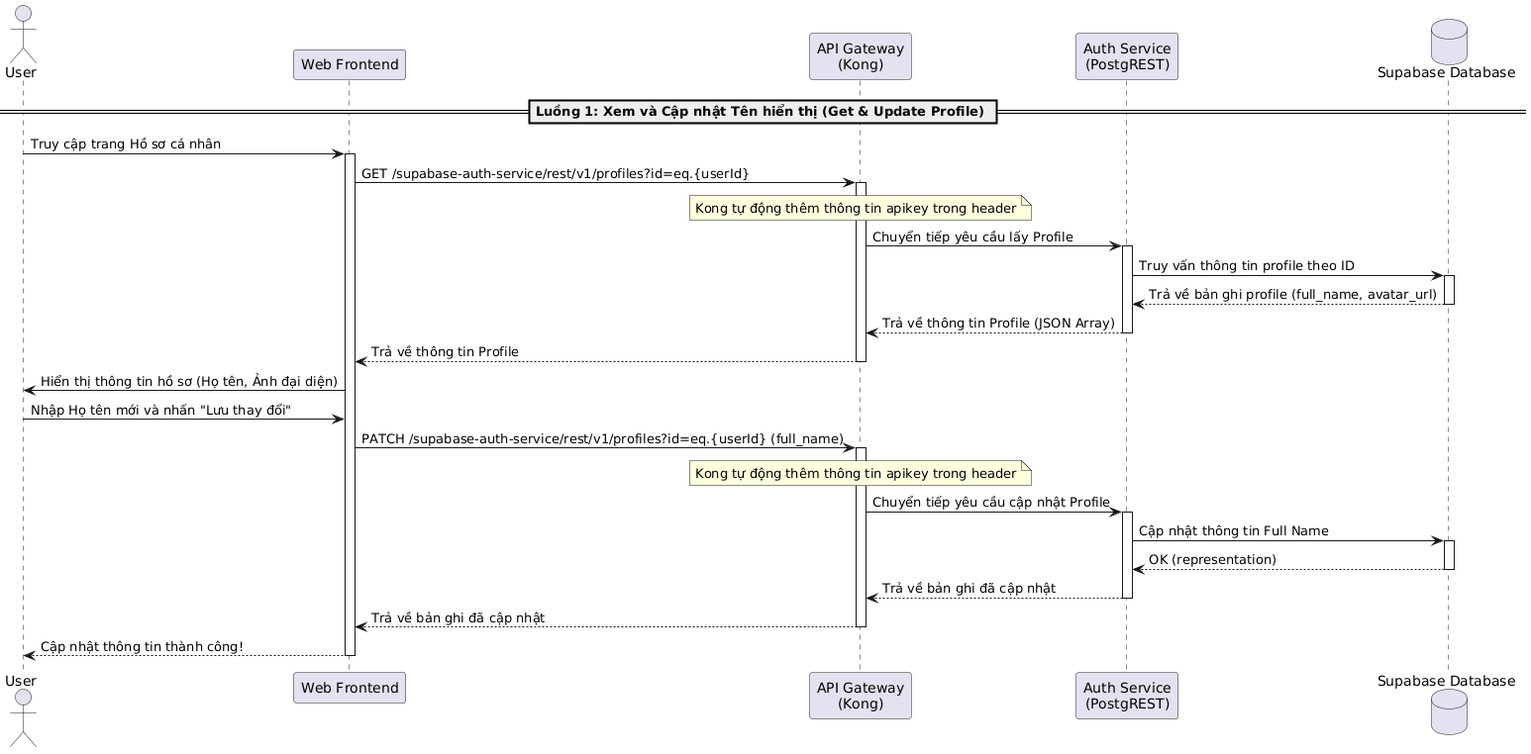
Earlier version of the PlantUML export latex/contents/Sequence/UML-Sequence-UserProfileUpdateDisplayName.png (20206205Tech/docs-latex).
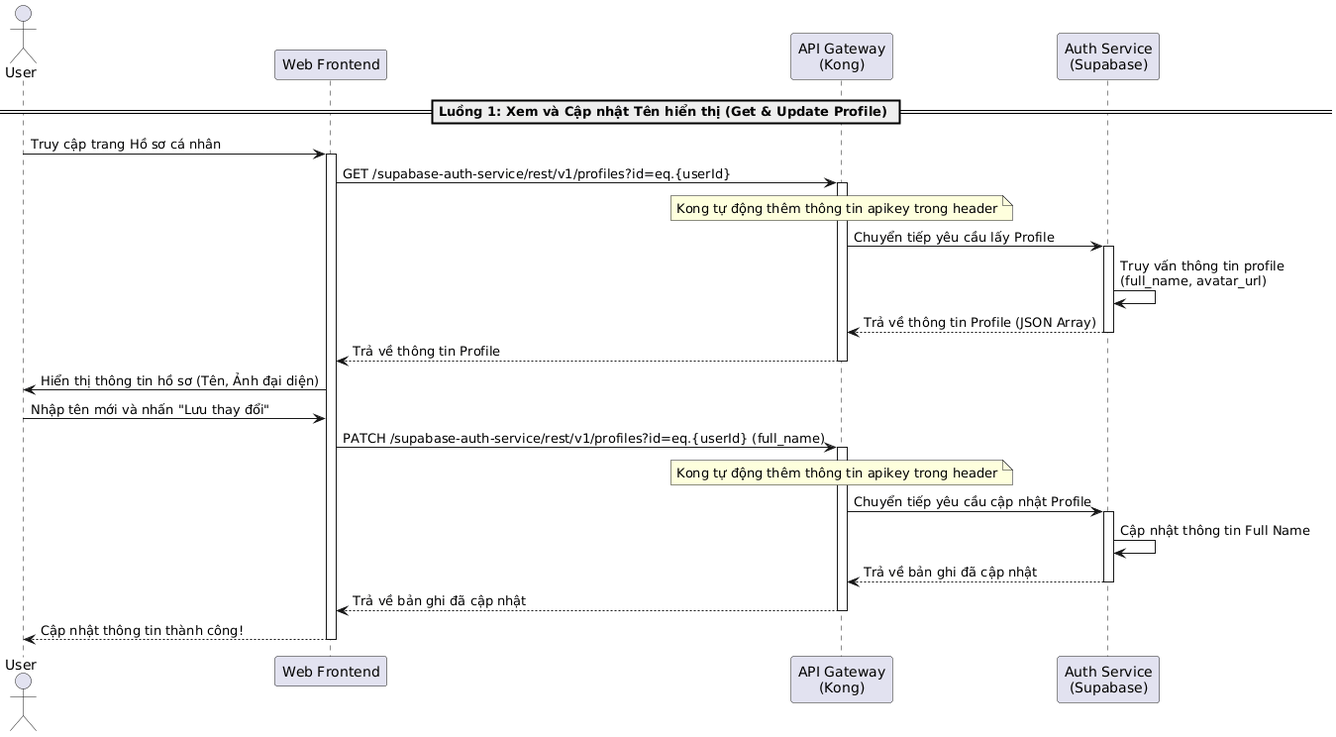
Above is the later version.

The edit, as a diff of the source:
```diff
@@ -2,8 +2,7 @@
 actor "User" as User
 participant "Web Frontend" as Frontend
 participant "API Gateway\n(Kong)" as Kong
-participant "Auth Service\n(PostgREST)" as AuthService
-database "Supabase Database" as DB
+participant "Auth Service\n(Supabase)" as AuthService
 
 == Luồng 1: Xem và Cập nhật Tên hiển thị (Get & Update Profile) ==
 User -> Frontend: Truy cập trang Hồ sơ cá nhân
@@ -14,26 +13,24 @@
 note over Kong: Kong tự động thêm thông tin apikey trong header
 Kong -> AuthService: Chuyển tiếp yêu cầu lấy Profile
 activate AuthService
-AuthService -> DB: Truy vấn thông tin profile theo ID
-activate DB
-DB --> AuthService: Trả về bản ghi profile (full_name, avatar_url)
-deactivate DB
+
+AuthService -> AuthService: Truy vấn thông tin profile\n(full_name, avatar_url)
+
 AuthService --> Kong: Trả về thông tin Profile (JSON Array)
 deactivate AuthService
 Kong --> Frontend: Trả về thông tin Profile
 deactivate Kong
-Frontend -> User: Hiển thị thông tin hồ sơ (Họ tên, Ảnh đại diện)
+Frontend -> User: Hiển thị thông tin hồ sơ (Tên, Ảnh đại diện)
 
-User -> Frontend: Nhập Họ tên mới và nhấn "Lưu thay đổi"
+User -> Frontend: Nhập tên mới và nhấn "Lưu thay đổi"
 Frontend -> Kong: PATCH /supabase-auth-service/rest/v1/profiles?id=eq.{userId} (full_name)
 activate Kong
 note over Kong: Kong tự động thêm thông tin apikey trong header
 Kong -> AuthService: Chuyển tiếp yêu cầu cập nhật Profile
 activate AuthService
-AuthService -> DB: Cập nhật thông tin Full Name
-activate DB
-DB --> AuthService: OK (representation)
-deactivate DB
+
+AuthService -> AuthService: Cập nhật thông tin Full Name
+
 AuthService --> Kong: Trả về bản ghi đã cập nhật
 deactivate AuthService
 Kong --> Frontend: Trả về bản ghi đã cập nhật
```
